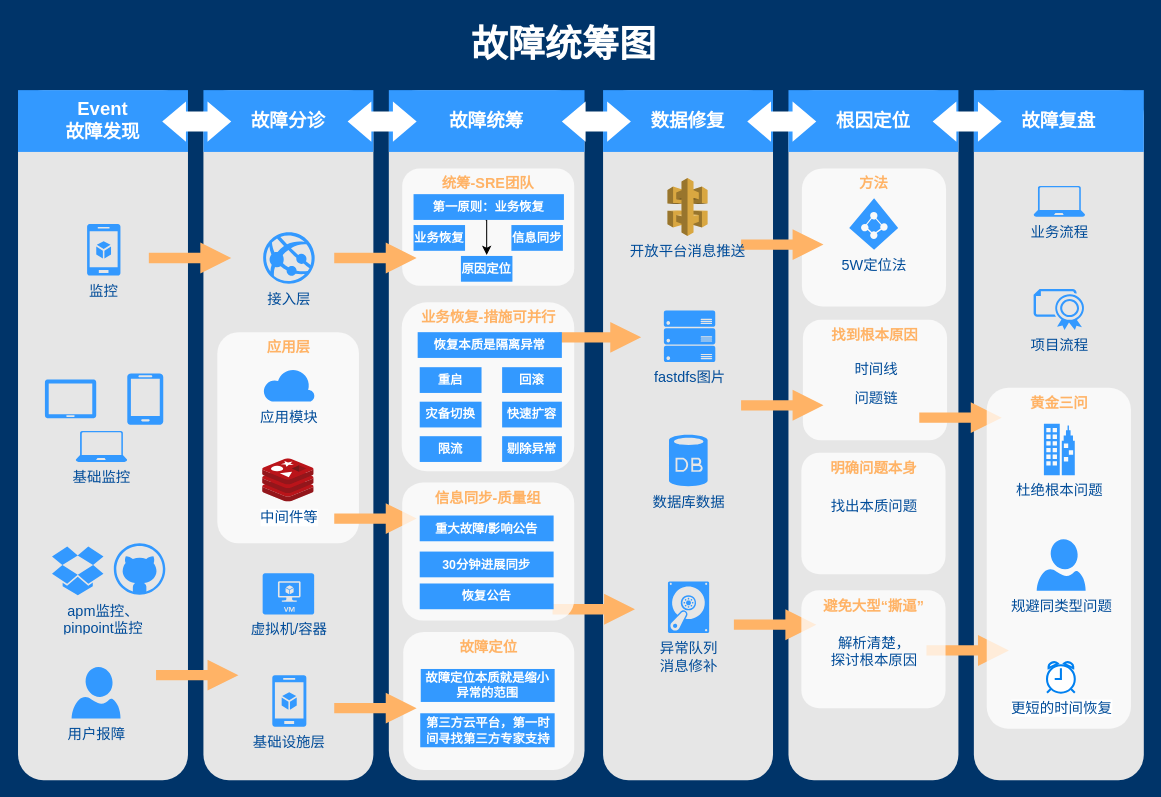
The draw.io diagram Untitled Diagram.drawio in xiaxuetian11/draw, before the edit. Source tidied: cells renumbered, new cells numbered last; positions are measured from the earlier drawing's top-left corner, leaving out a move shared by most shapes. Both pictures are drawn from the tidied source at 103%, with x=0, y=0 at pixel (18, 18).
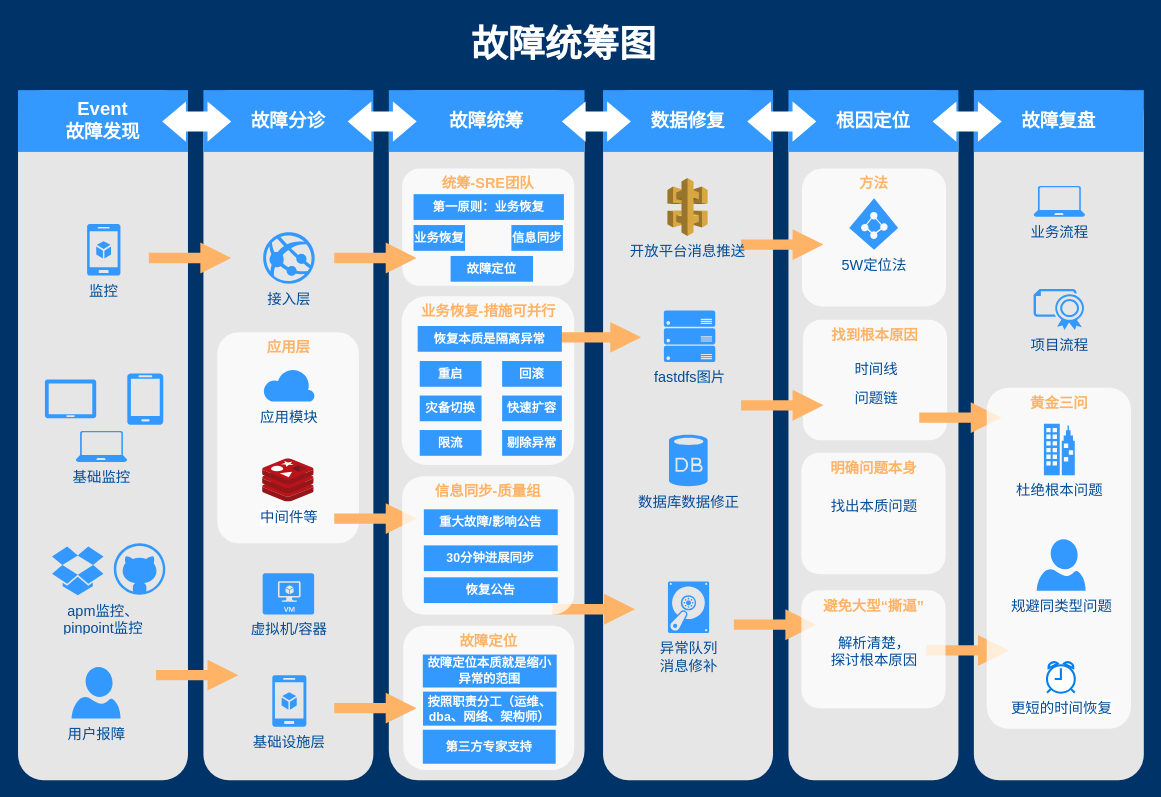
The same diagram, later.

Diff of the diagram source:
```diff
@@
     <mxCell id="32" value="业务恢复-措施可并行" style="rounded=1;whiteSpace=wrap;html=1;dashed=1;strokeColor=none;strokeWidth=2;fillColor=#FFFFFF;fontFamily=Helvetica;fontSize=14;fontColor=#FFB366;opacity=75;verticalAlign=top;fontStyle=1;" parent="1" vertex="1">
-      <mxGeometry x="372.5" y="276" width="167.5" height="164" as="geometry" />
+      <mxGeometry x="372.5" y="270" width="167.5" height="164" as="geometry" />
     </mxCell>
@@
-    <mxCell id="34" value="数据库数据&lt;br&gt;" style="verticalLabelPosition=bottom;html=1;verticalAlign=top;strokeColor=none;fillColor=#3399FF;shape=mxgraph.azure.database;dashed=1;fontFamily=Helvetica;fontSize=14;fontColor=#004C99;" parent="1" vertex="1">
+    <mxCell id="34" value="数据库数据修正" style="verticalLabelPosition=bottom;html=1;verticalAlign=top;strokeColor=none;fillColor=#3399FF;shape=mxgraph.azure.database;dashed=1;fontFamily=Helvetica;fontSize=14;fontColor=#004C99;" parent="1" vertex="1">
       <mxGeometry x="632" y="404.5" width="37.5" height="50" as="geometry" />
     </mxCell>
@@
     <mxCell id="56" value="信息同步-质量组" style="rounded=1;whiteSpace=wrap;html=1;dashed=1;strokeColor=none;strokeWidth=2;fillColor=#FFFFFF;fontFamily=Helvetica;fontSize=14;fontColor=#FFB366;opacity=75;verticalAlign=top;fontStyle=1;" parent="1" vertex="1">
-      <mxGeometry x="373" y="451" width="167" height="134" as="geometry" />
+      <mxGeometry x="373" y="445" width="167" height="134" as="geometry" />
     </mxCell>
@@
-    <mxCell id="59" value="原因定位" style="whiteSpace=wrap;html=1;dashed=1;strokeColor=none;strokeWidth=2;fillColor=#3399FF;fontFamily=Helvetica;fontSize=12;fontColor=#FFFFFF;fontStyle=1;" parent="1" vertex="1">
-      <mxGeometry x="430" y="231" width="50" height="25" as="geometry" />
+    <mxCell id="59" value="故障定位" style="whiteSpace=wrap;html=1;dashed=1;strokeColor=none;strokeWidth=2;fillColor=#3399FF;fontFamily=Helvetica;fontSize=12;fontColor=#FFFFFF;fontStyle=1;" parent="1" vertex="1">
+      <mxGeometry x="420" y="231" width="80" height="25" as="geometry" />
     </mxCell>
-    <mxCell id="60" style="edgeStyle=orthogonalEdgeStyle;rounded=0;orthogonalLoop=1;jettySize=auto;html=1;fontSize=10;" parent="1" edge="1">
-      <mxGeometry relative="1" as="geometry">
-        <mxPoint x="454" y="196" as="sourcePoint" />
-        <mxPoint x="455" y="230" as="targetPoint" />
-      </mxGeometry>
-    </mxCell>
@@
     <mxCell id="62" value="故障定位" style="rounded=1;whiteSpace=wrap;html=1;dashed=1;strokeColor=none;strokeWidth=2;fillColor=#FFFFFF;fontFamily=Helvetica;fontSize=14;fontColor=#FFB366;opacity=75;verticalAlign=top;fontStyle=1;" parent="1" vertex="1">
-      <mxGeometry x="374" y="596" width="166" height="134" as="geometry" />
+      <mxGeometry x="374" y="590" width="166" height="140" as="geometry" />
     </mxCell>
     <mxCell id="63" value="重大故障/影响公告" style="whiteSpace=wrap;html=1;dashed=1;strokeColor=none;strokeWidth=2;fillColor=#3399FF;fontFamily=Helvetica;fontSize=12;fontColor=#FFFFFF;fontStyle=1;" parent="1" vertex="1">
-      <mxGeometry x="390" y="483" width="130" height="25" as="geometry" />
+      <mxGeometry x="394" y="477" width="130" height="25" as="geometry" />
     </mxCell>
     <mxCell id="64" value="30分钟进展同步" style="whiteSpace=wrap;html=1;dashed=1;strokeColor=none;strokeWidth=2;fillColor=#3399FF;fontFamily=Helvetica;fontSize=12;fontColor=#FFFFFF;fontStyle=1;" parent="1" vertex="1">
-      <mxGeometry x="390" y="518" width="130" height="25" as="geometry" />
+      <mxGeometry x="394" y="512" width="130" height="25" as="geometry" />
     </mxCell>
     <mxCell id="65" value="恢复公告" style="whiteSpace=wrap;html=1;dashed=1;strokeColor=none;strokeWidth=2;fillColor=#3399FF;fontFamily=Helvetica;fontSize=12;fontColor=#FFFFFF;fontStyle=1;" parent="1" vertex="1">
-      <mxGeometry x="390" y="549" width="130" height="25" as="geometry" />
+      <mxGeometry x="394" y="543" width="130" height="25" as="geometry" />
     </mxCell>
     <mxCell id="66" value="恢复本质是隔离异常" style="whiteSpace=wrap;html=1;dashed=1;strokeColor=none;strokeWidth=2;fillColor=#3399FF;fontFamily=Helvetica;fontSize=12;fontColor=#FFFFFF;fontStyle=1;" parent="1" vertex="1">
-      <mxGeometry x="388" y="305" width="140" height="25" as="geometry" />
+      <mxGeometry x="388" y="299" width="140" height="25" as="geometry" />
     </mxCell>
     <mxCell id="67" value="重启" style="whiteSpace=wrap;html=1;dashed=1;strokeColor=none;strokeWidth=2;fillColor=#3399FF;fontFamily=Helvetica;fontSize=12;fontColor=#FFFFFF;fontStyle=1;" parent="1" vertex="1">
-      <mxGeometry x="390" y="339" width="60" height="25" as="geometry" />
+      <mxGeometry x="390" y="333" width="60" height="25" as="geometry" />
     </mxCell>
     <mxCell id="68" value="回滚" style="whiteSpace=wrap;html=1;dashed=1;strokeColor=none;strokeWidth=2;fillColor=#3399FF;fontFamily=Helvetica;fontSize=12;fontColor=#FFFFFF;fontStyle=1;" parent="1" vertex="1">
-      <mxGeometry x="470" y="339" width="58" height="25" as="geometry" />
+      <mxGeometry x="470" y="333" width="58" height="25" as="geometry" />
     </mxCell>
     <mxCell id="69" value="灾备切换" style="whiteSpace=wrap;html=1;dashed=1;strokeColor=none;strokeWidth=2;fillColor=#3399FF;fontFamily=Helvetica;fontSize=12;fontColor=#FFFFFF;fontStyle=1;" parent="1" vertex="1">
-      <mxGeometry x="390" y="372.5" width="60" height="25" as="geometry" />
+      <mxGeometry x="390" y="366.5" width="60" height="25" as="geometry" />
     </mxCell>
     <mxCell id="70" value="快速扩容" style="whiteSpace=wrap;html=1;dashed=1;strokeColor=none;strokeWidth=2;fillColor=#3399FF;fontFamily=Helvetica;fontSize=12;fontColor=#FFFFFF;fontStyle=1;" parent="1" vertex="1">
-      <mxGeometry x="470" y="372.5" width="58" height="25" as="geometry" />
+      <mxGeometry x="470" y="366.5" width="58" height="25" as="geometry" />
     </mxCell>
     <mxCell id="71" value="限流" style="whiteSpace=wrap;html=1;dashed=1;strokeColor=none;strokeWidth=2;fillColor=#3399FF;fontFamily=Helvetica;fontSize=12;fontColor=#FFFFFF;fontStyle=1;" parent="1" vertex="1">
-      <mxGeometry x="390" y="406" width="60" height="25" as="geometry" />
+      <mxGeometry x="390" y="400" width="60" height="25" as="geometry" />
     </mxCell>
     <mxCell id="72" value="剔除异常" style="whiteSpace=wrap;html=1;dashed=1;strokeColor=none;strokeWidth=2;fillColor=#3399FF;fontFamily=Helvetica;fontSize=12;fontColor=#FFFFFF;fontStyle=1;" parent="1" vertex="1">
-      <mxGeometry x="470" y="406" width="58" height="25" as="geometry" />
+      <mxGeometry x="470" y="400" width="58" height="25" as="geometry" />
     </mxCell>
     <mxCell id="73" value="故障定位本质就是缩小异常的范围" style="whiteSpace=wrap;html=1;dashed=1;strokeColor=none;strokeWidth=2;fillColor=#3399FF;fontFamily=Helvetica;fontSize=12;fontColor=#FFFFFF;fontStyle=1;" parent="1" vertex="1">
-      <mxGeometry x="391" y="632" width="130" height="32" as="geometry" />
+      <mxGeometry x="393" y="618" width="130" height="32" as="geometry" />
     </mxCell>
@@
-    <mxCell id="75" value="第三方云平台，第一时间寻找第三方专家支持" style="whiteSpace=wrap;html=1;dashed=1;strokeColor=none;strokeWidth=2;fillColor=#3399FF;fontFamily=Helvetica;fontSize=12;fontColor=#FFFFFF;fontStyle=1;" parent="1" vertex="1">
-      <mxGeometry x="390.5" y="675" width="130.5" height="33" as="geometry" />
+    <mxCell id="75" value="第三方专家支持" style="whiteSpace=wrap;html=1;dashed=1;strokeColor=none;strokeWidth=2;fillColor=#3399FF;fontFamily=Helvetica;fontSize=12;fontColor=#FFFFFF;fontStyle=1;" parent="1" vertex="1">
+      <mxGeometry x="393" y="691" width="129" height="33" as="geometry" />
     </mxCell>
@@
+    <mxCell id="86" value="按照职责分工（运维、dba、网络、架构师）" style="whiteSpace=wrap;html=1;dashed=1;strokeColor=none;strokeWidth=2;fillColor=#3399FF;fontFamily=Helvetica;fontSize=12;fontColor=#FFFFFF;fontStyle=1;" parent="1" vertex="1">
+      <mxGeometry x="393.2" y="654" width="129.5" height="33" as="geometry" />
+    </mxCell>
```
